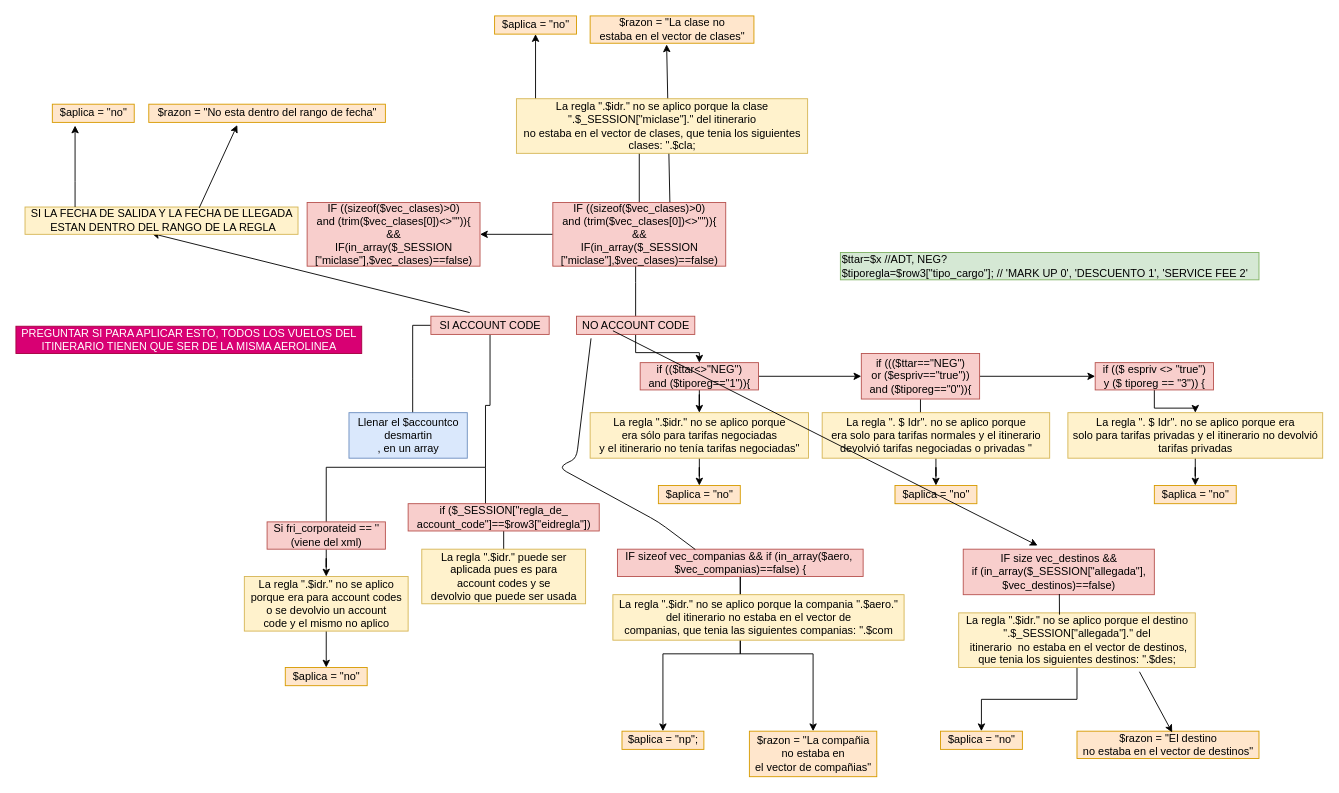
Earlier version of the draw.io diagram For/Si tiene account-code.drawio (tomaslvidal/bootstrap-4-setting-and-diagram-use). Source tidied: cells renumbered, new cells numbered last; positions are measured from the earlier drawing's top-left corner, leaving out a move shared by most shapes. Both pictures are drawn from the tidied source at 91%, with x=0, y=0 at pixel (15, 15).
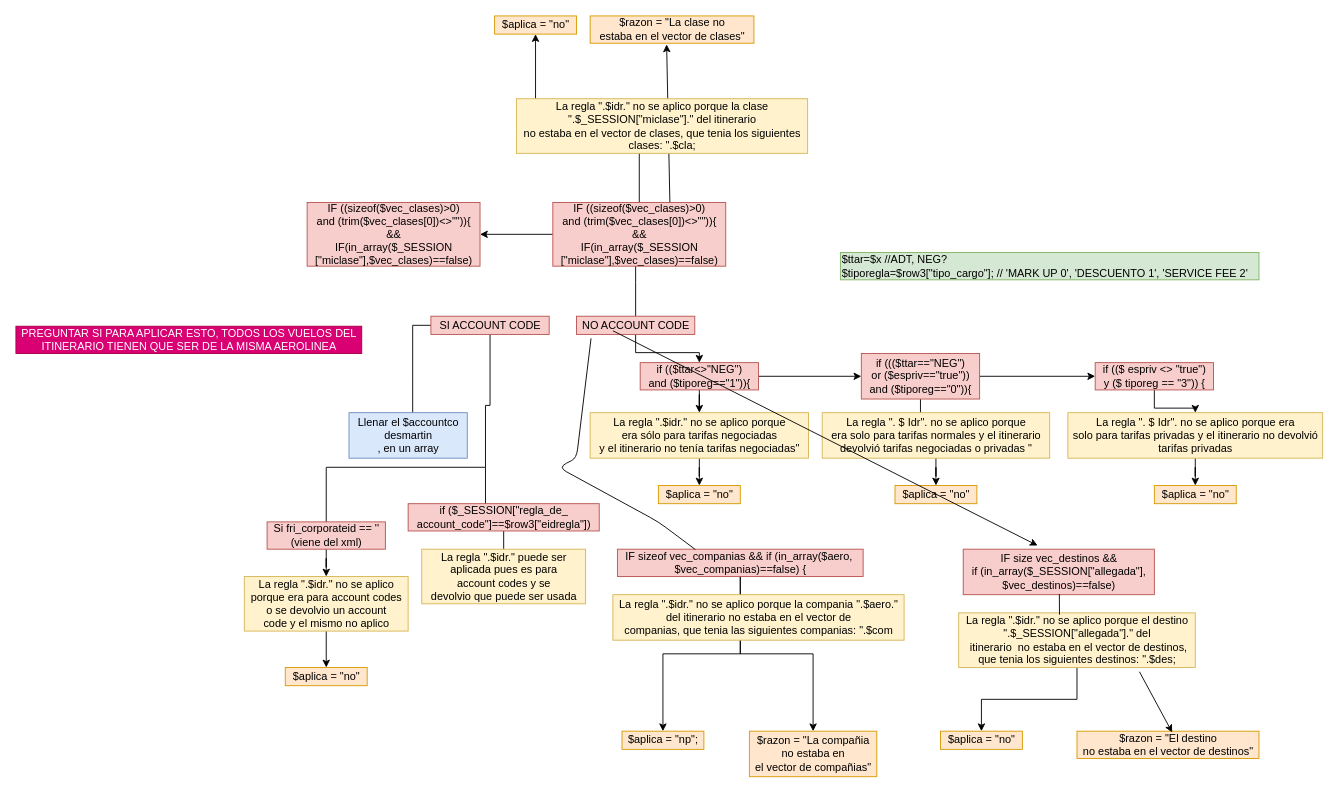
Above is the later version.

Unchanged cells that the change refers to:
```xml
<mxCell id="4" value="SI ACCOUNT CODE&lt;br&gt;" style="text;html=1;align=center;verticalAlign=middle;points=[];fillColor=#f8cecc;strokeColor=#b85450;" parent="1" vertex="1">
  <mxGeometry x="456" y="330" width="130" height="20" as="geometry" />
</mxCell>
```

Diff of the diagram source:
```diff
@@
-    <mxCell id="58" style="endArrow=classic;html=1;strokeColor=#000000;exitX=0.328;exitY=-0.2;exitDx=0;exitDy=0;exitPerimeter=0;entryX=0.464;entryY=0.967;entryDx=0;entryDy=0;entryPerimeter=0;" parent="1" edge="1" source="4" target="59">
-      <mxGeometry relative="1" as="geometry" />
-    </mxCell>
-    <mxCell id="59" value="SI LA FECHA DE SALIDA Y LA FECHA DE LLEGADA&lt;br&gt;&amp;nbsp;ESTAN DENTRO DEL RANGO DE LA REGLA" style="text;html=1;align=center;verticalAlign=middle;points=[];fillColor=#fff2cc;strokeColor=#d6b656;" parent="1" vertex="1">
-      <mxGeometry x="10" y="210" width="300" height="30" as="geometry" />
-    </mxCell>
-    <mxCell id="60" value="$razon = &quot;No esta dentro del rango de fecha&quot;" style="text;html=1;align=center;verticalAlign=middle;points=[];fillColor=#ffe6cc;strokeColor=#d79b00;" parent="1" vertex="1">
-      <mxGeometry x="146" y="97" width="260" height="20" as="geometry" />
-    </mxCell>
-    <mxCell id="61" value="$aplica = &quot;no&quot;" style="text;html=1;align=center;verticalAlign=middle;fillColor=#ffe6cc;strokeColor=#d79b00;" parent="1" vertex="1">
-      <mxGeometry x="40" y="97" width="90" height="20" as="geometry" />
-    </mxCell>
-    <mxCell id="62" style="edgeStyle=orthogonalEdgeStyle;rounded=0;orthogonalLoop=1;jettySize=auto;html=1;" parent="1" edge="1">
-      <mxGeometry relative="1" as="geometry">
-        <mxPoint x="65" y="210" as="sourcePoint" />
-        <mxPoint x="65" y="120.5" as="targetPoint" />
-        <Array as="points">
-          <mxPoint x="65" y="182" />
-          <mxPoint x="65" y="182" />
-        </Array>
-      </mxGeometry>
-    </mxCell>
-    <mxCell id="63" style="endArrow=classic;html=1;strokeColor=#000000;exitX=0.638;exitY=0.033;exitDx=0;exitDy=0;exitPerimeter=0;entryX=0.374;entryY=1.144;entryDx=0;entryDy=0;entryPerimeter=0;" parent="1" edge="1" source="59" target="60">
-      <mxGeometry relative="1" as="geometry" />
-    </mxCell>
```
